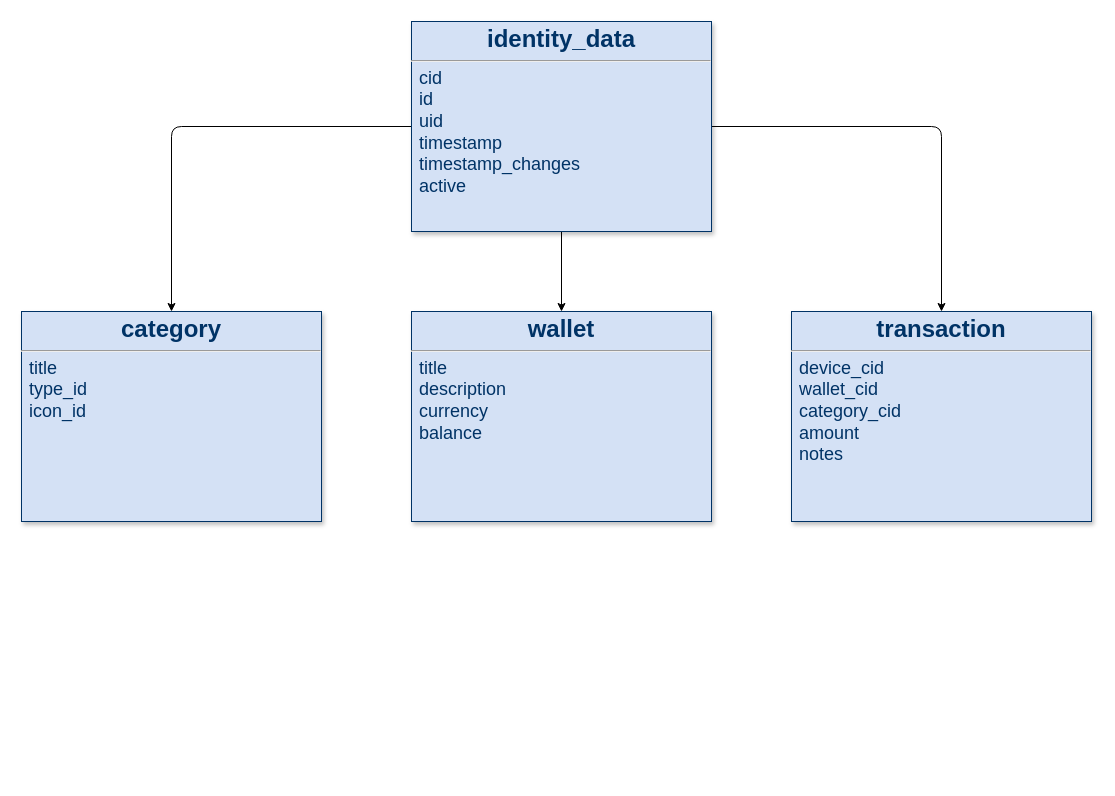
Before: keepersy_client.drawio in fits91/schemas, a draw.io diagram. Source tidied: cells renumbered, new cells numbered last; positions are measured from the earlier drawing's top-left corner, leaving out a move shared by most shapes. Both pictures are drawn from the tidied source at 100%, with x=0, y=0 at pixel (21, 21).
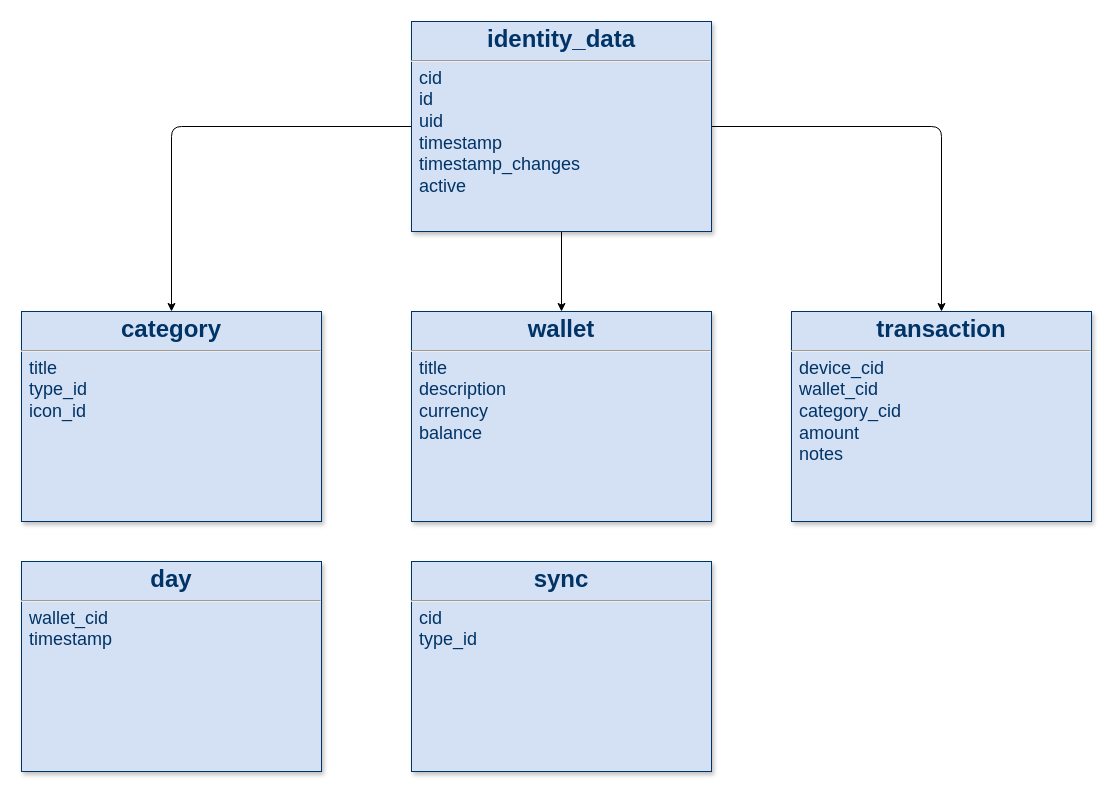
The same page after the edit.

Commit message:
add tables: day, sync

What changed in the source:
```diff
@@
 <mxGraphModel>
   <root>
     <mxCell id="0" />
     <mxCell id="1" parent="0" />
     <mxCell id="2" style="edgeStyle=orthogonalEdgeStyle;rounded=1;jettySize=auto;html=1;fontSize=18;" parent="1" edge="1" source="5" target="6">
       <mxGeometry relative="1" as="geometry" />
     </mxCell>
     <mxCell id="3" style="edgeStyle=orthogonalEdgeStyle;rounded=1;jettySize=auto;html=1;fontSize=18;" parent="1" edge="1" source="5" target="7">
       <mxGeometry relative="1" as="geometry" />
     </mxCell>
     <mxCell id="4" style="edgeStyle=orthogonalEdgeStyle;rounded=1;jettySize=auto;html=1;fontSize=18;" parent="1" edge="1" source="5" target="8">
       <mxGeometry relative="1" as="geometry" />
     </mxCell>
     <mxCell id="5" value="&lt;p style=&quot;margin: 4px 0px 0px ; text-align: center&quot;&gt;&lt;strong&gt;&lt;font style=&quot;font-size: 24px&quot;&gt;identity_data&lt;/font&gt;&lt;/strong&gt;&lt;/p&gt;&lt;hr&gt;&lt;p style=&quot;margin: 0px ; margin-left: 8px&quot;&gt;&lt;font style=&quot;font-size: 18px&quot;&gt;cid&lt;/font&gt;&lt;/p&gt;&lt;p style=&quot;margin: 0px ; margin-left: 8px&quot;&gt;&lt;font style=&quot;font-size: 18px&quot;&gt;id&lt;/font&gt;&lt;/p&gt;&lt;p style=&quot;margin: 0px ; margin-left: 8px&quot;&gt;&lt;font style=&quot;font-size: 18px&quot;&gt;uid&amp;nbsp;&lt;/font&gt;&lt;/p&gt;&lt;p style=&quot;margin: 0px ; margin-left: 8px&quot;&gt;&lt;font style=&quot;font-size: 18px&quot;&gt;timestamp&lt;/font&gt;&lt;/p&gt;&lt;p style=&quot;margin: 0px ; margin-left: 8px&quot;&gt;&lt;font style=&quot;font-size: 18px&quot;&gt;timestamp_changes&lt;/font&gt;&lt;/p&gt;&lt;p style=&quot;margin: 0px ; margin-left: 8px&quot;&gt;&lt;font style=&quot;font-size: 18px&quot;&gt;active&lt;/font&gt;&lt;/p&gt;&lt;p style=&quot;margin: 0px ; margin-left: 8px&quot;&gt;&lt;font size=&quot;3&quot;&gt;&lt;br&gt;&lt;/font&gt;&lt;/p&gt;" style="verticalAlign=top;align=left;overflow=fill;fontSize=12;fontFamily=Helvetica;html=1;strokeColor=#003366;shadow=1;fillColor=#D4E1F5;fontColor=#003366;" parent="1" vertex="1">
       <mxGeometry x="390" width="300" height="210" as="geometry" />
     </mxCell>
     <mxCell id="6" value="&lt;p style=&quot;margin: 4px 0px 0px ; text-align: center&quot;&gt;&lt;strong&gt;&lt;font style=&quot;font-size: 24px&quot;&gt;category&lt;/font&gt;&lt;/strong&gt;&lt;/p&gt;&lt;hr&gt;&lt;p style=&quot;margin: 0px ; margin-left: 8px&quot;&gt;&lt;font size=&quot;4&quot;&gt;title&amp;nbsp;&lt;/font&gt;&lt;/p&gt;&lt;p style=&quot;margin: 0px ; margin-left: 8px&quot;&gt;&lt;font size=&quot;4&quot;&gt;type_id&lt;/font&gt;&lt;/p&gt;&lt;p style=&quot;margin: 0px ; margin-left: 8px&quot;&gt;&lt;font size=&quot;4&quot;&gt;icon_id&lt;/font&gt;&lt;/p&gt;&lt;p style=&quot;margin: 0px ; margin-left: 8px&quot;&gt;&lt;font size=&quot;3&quot;&gt;&lt;br&gt;&lt;/font&gt;&lt;/p&gt;" style="verticalAlign=top;align=left;overflow=fill;fontSize=12;fontFamily=Helvetica;html=1;strokeColor=#003366;shadow=1;fillColor=#D4E1F5;fontColor=#003366;" parent="1" vertex="1">
       <mxGeometry y="290" width="300" height="210" as="geometry" />
     </mxCell>
     <mxCell id="7" value="&lt;p style=&quot;margin: 4px 0px 0px ; text-align: center&quot;&gt;&lt;strong&gt;&lt;font style=&quot;font-size: 24px&quot;&gt;wallet&lt;/font&gt;&lt;/strong&gt;&lt;/p&gt;&lt;hr&gt;&lt;p style=&quot;margin: 0px ; margin-left: 8px&quot;&gt;&lt;font size=&quot;4&quot;&gt;title&lt;/font&gt;&lt;/p&gt;&lt;p style=&quot;margin: 0px ; margin-left: 8px&quot;&gt;&lt;font size=&quot;4&quot;&gt;description&lt;/font&gt;&lt;/p&gt;&lt;p style=&quot;margin: 0px ; margin-left: 8px&quot;&gt;&lt;font size=&quot;4&quot;&gt;currency&lt;/font&gt;&lt;/p&gt;&lt;p style=&quot;margin: 0px ; margin-left: 8px&quot;&gt;&lt;font size=&quot;4&quot;&gt;balance&lt;/font&gt;&lt;/p&gt;&lt;p style=&quot;margin: 0px ; margin-left: 8px&quot;&gt;&lt;font size=&quot;3&quot;&gt;&lt;br&gt;&lt;/font&gt;&lt;/p&gt;" style="verticalAlign=top;align=left;overflow=fill;fontSize=12;fontFamily=Helvetica;html=1;strokeColor=#003366;shadow=1;fillColor=#D4E1F5;fontColor=#003366;" parent="1" vertex="1">
       <mxGeometry x="390" y="290" width="300" height="210" as="geometry" />
     </mxCell>
     <mxCell id="8" value="&lt;p style=&quot;margin: 4px 0px 0px ; text-align: center&quot;&gt;&lt;strong&gt;&lt;font style=&quot;font-size: 24px&quot;&gt;transaction&lt;/font&gt;&lt;/strong&gt;&lt;/p&gt;&lt;hr&gt;&lt;p style=&quot;margin: 0px ; margin-left: 8px&quot;&gt;&lt;font size=&quot;4&quot;&gt;device_cid&lt;/font&gt;&lt;/p&gt;&lt;p style=&quot;margin: 0px ; margin-left: 8px&quot;&gt;&lt;font size=&quot;4&quot;&gt;wallet_cid&lt;/font&gt;&lt;/p&gt;&lt;p style=&quot;margin: 0px ; margin-left: 8px&quot;&gt;&lt;font size=&quot;4&quot;&gt;category_cid&lt;/font&gt;&lt;/p&gt;&lt;p style=&quot;margin: 0px ; margin-left: 8px&quot;&gt;&lt;font size=&quot;4&quot;&gt;amount&lt;/font&gt;&lt;/p&gt;&lt;p style=&quot;margin: 0px ; margin-left: 8px&quot;&gt;&lt;font size=&quot;4&quot;&gt;notes&lt;/font&gt;&lt;/p&gt;&lt;p style=&quot;margin: 0px ; margin-left: 8px&quot;&gt;&lt;font size=&quot;3&quot;&gt;&lt;br&gt;&lt;/font&gt;&lt;/p&gt;" style="verticalAlign=top;align=left;overflow=fill;fontSize=12;fontFamily=Helvetica;html=1;strokeColor=#003366;shadow=1;fillColor=#D4E1F5;fontColor=#003366;" parent="1" vertex="1">
       <mxGeometry x="770" y="290" width="300" height="210" as="geometry" />
     </mxCell>
+    <mxCell id="9" value="&lt;p style=&quot;margin: 4px 0px 0px ; text-align: center&quot;&gt;&lt;strong&gt;&lt;font style=&quot;font-size: 24px&quot;&gt;day&lt;/font&gt;&lt;/strong&gt;&lt;/p&gt;&lt;hr&gt;&lt;p style=&quot;margin: 0px ; margin-left: 8px&quot;&gt;&lt;font size=&quot;4&quot;&gt;wallet_cid&lt;/font&gt;&lt;/p&gt;&lt;p style=&quot;margin: 0px ; margin-left: 8px&quot;&gt;&lt;font size=&quot;4&quot;&gt;timestamp&lt;/font&gt;&lt;/p&gt;&lt;p style=&quot;margin: 0px ; margin-left: 8px&quot;&gt;&lt;font size=&quot;3&quot;&gt;&lt;br&gt;&lt;/font&gt;&lt;/p&gt;" style="verticalAlign=top;align=left;overflow=fill;fontSize=12;fontFamily=Helvetica;html=1;strokeColor=#003366;shadow=1;fillColor=#D4E1F5;fontColor=#003366;" parent="1" vertex="1">
+      <mxGeometry y="540" width="300" height="210" as="geometry" />
+    </mxCell>
+    <mxCell id="10" value="&lt;p style=&quot;margin: 4px 0px 0px ; text-align: center&quot;&gt;&lt;strong&gt;&lt;font style=&quot;font-size: 24px&quot;&gt;sync&lt;/font&gt;&lt;/strong&gt;&lt;/p&gt;&lt;hr&gt;&lt;p style=&quot;margin: 0px ; margin-left: 8px&quot;&gt;&lt;font size=&quot;4&quot;&gt;cid&lt;/font&gt;&lt;/p&gt;&lt;p style=&quot;margin: 0px ; margin-left: 8px&quot;&gt;&lt;font size=&quot;4&quot;&gt;type_id&lt;/font&gt;&lt;/p&gt;&lt;p style=&quot;margin: 0px ; margin-left: 8px&quot;&gt;&lt;font size=&quot;3&quot;&gt;&lt;br&gt;&lt;/font&gt;&lt;/p&gt;" style="verticalAlign=top;align=left;overflow=fill;fontSize=12;fontFamily=Helvetica;html=1;strokeColor=#003366;shadow=1;fillColor=#D4E1F5;fontColor=#003366;" parent="1" vertex="1">
+      <mxGeometry x="390" y="540" width="300" height="210" as="geometry" />
+    </mxCell>
   </root>
 </mxGraphModel>
```
